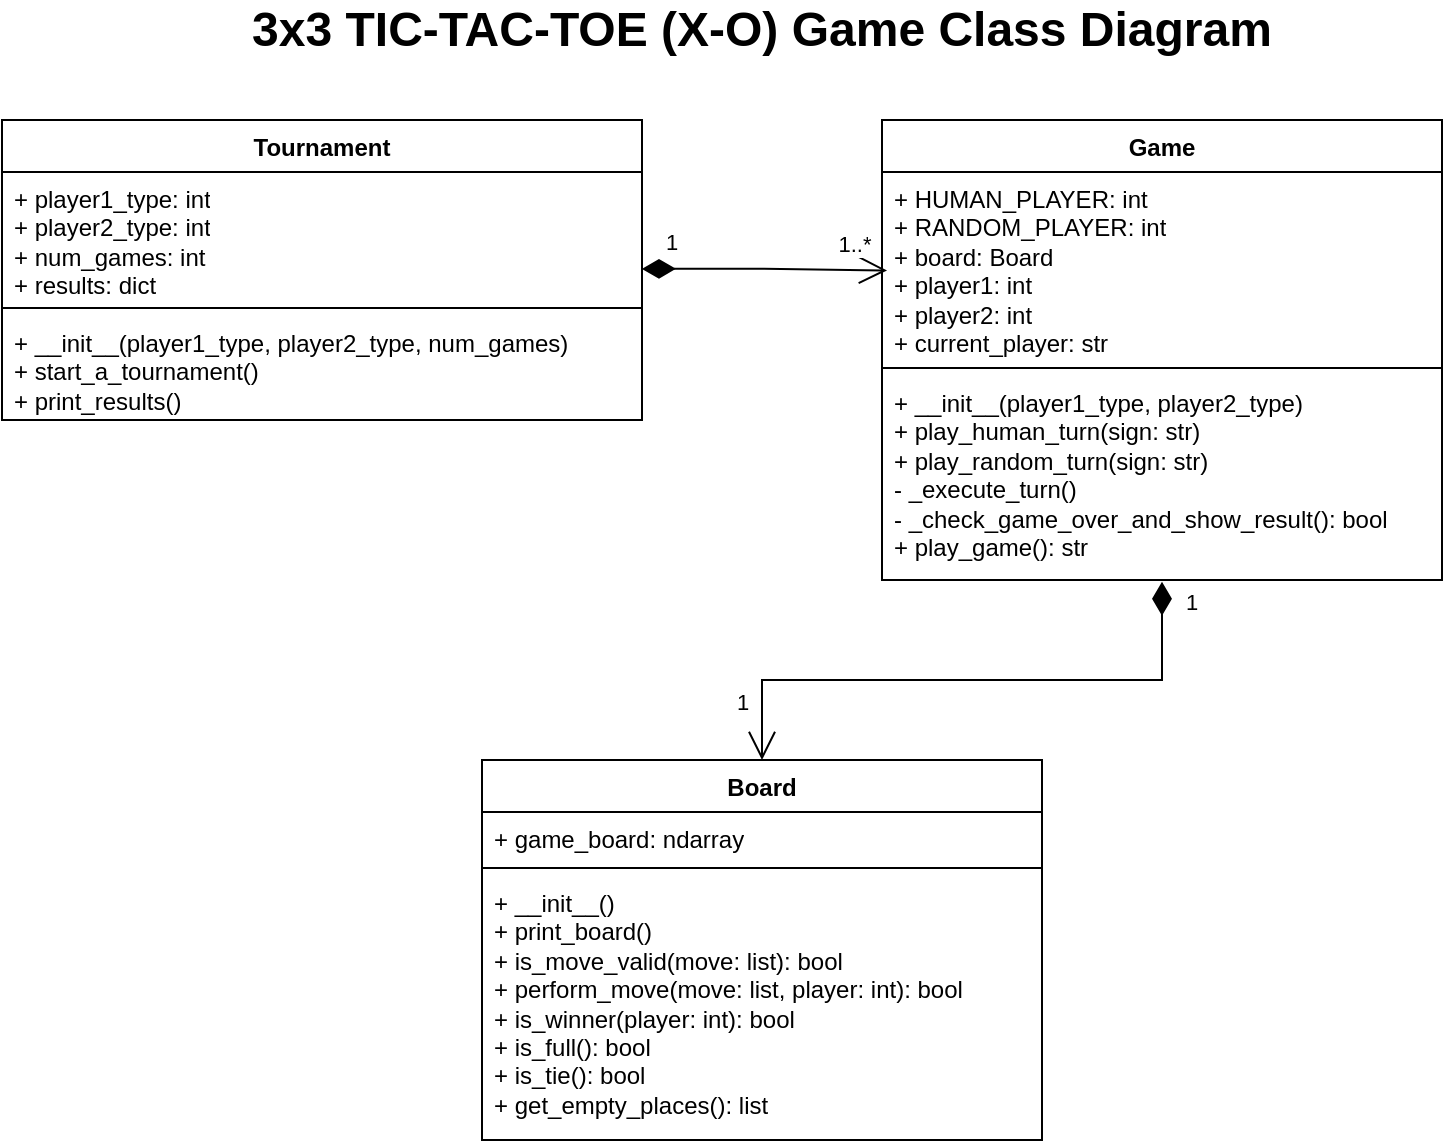
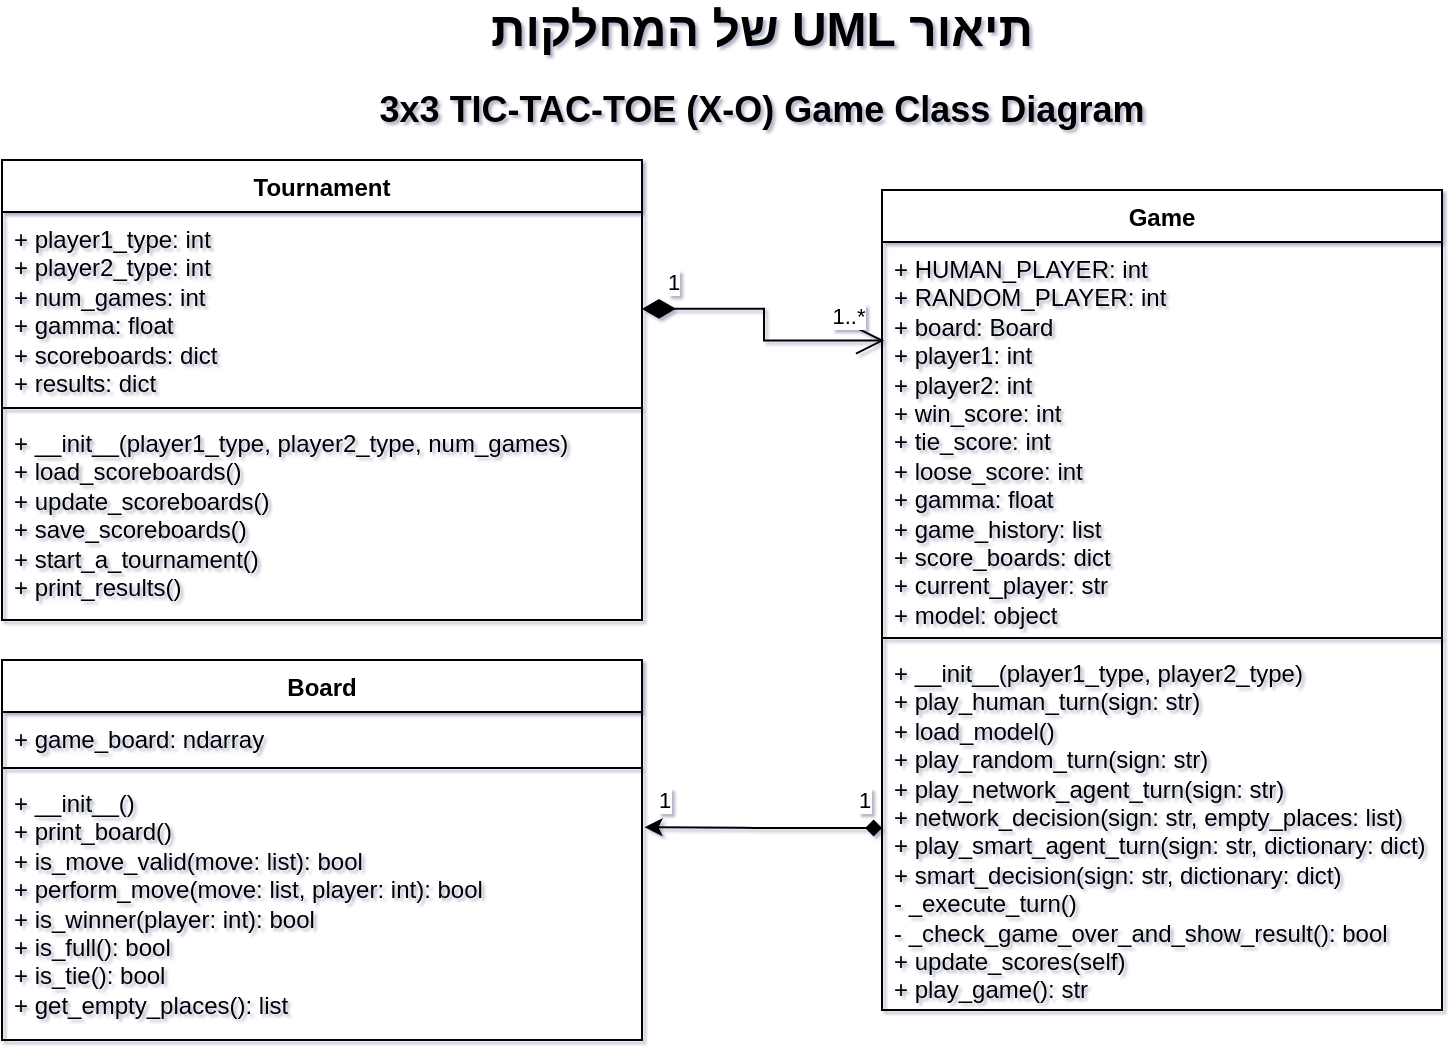
- <mxfile host="Electron" agent="Mozilla/5.0 (Windows NT 10.0; Win64; x64) AppleWebKit/537.36 (KHTML, like Gecko) draw.io/29.6.6 Chrome/144.0.7559.236 Electron/40.8.4 Safari/537.36" version="29.6.6">
+ <mxfile host="Electron" agent="Mozilla/5.0 (Windows NT 10.0; Win64; x64) AppleWebKit/537.36 (KHTML, like Gecko) draw.io/29.6.6 Chrome/144.0.7559.236 Electron/40.8.4 Safari/537.36">
  <diagram id="C5RBs43oDa-KdzZeNtuy" name="Page-1">
-     <mxGraphModel dx="573" dy="407" grid="1" gridSize="10" guides="1" tooltips="1" connect="1" arrows="1" fold="1" page="1" pageScale="1" pageWidth="827" pageHeight="1169" math="0" shadow="0">
+     <mxGraphModel dx="1016" dy="732" grid="1" gridSize="10" guides="1" tooltips="1" connect="1" arrows="1" fold="1" page="1" pageScale="1" pageWidth="827" pageHeight="1169" math="0" shadow="1">
      <root>
        <mxCell id="WIyWlLk6GJQsqaUBKTNV-0" />
        <mxCell id="WIyWlLk6GJQsqaUBKTNV-1" parent="WIyWlLk6GJQsqaUBKTNV-0" />
-         <mxCell id="X2EAsomdlnqSwvWeDLxo-8" parent="WIyWlLk6GJQsqaUBKTNV-1" style="swimlane;fontStyle=1;align=center;verticalAlign=top;childLayout=stackLayout;horizontal=1;startSize=26;horizontalStack=0;resizeParent=1;resizeParentMax=0;resizeLast=0;collapsible=1;marginBottom=0;whiteSpace=wrap;html=1;" value="Tournament" vertex="1">
-           <mxGeometry height="150" width="320" x="40" y="160" as="geometry" />
+         <mxCell id="X2EAsomdlnqSwvWeDLxo-8" parent="WIyWlLk6GJQsqaUBKTNV-1" style="swimlane;fontStyle=1;align=center;verticalAlign=top;childLayout=stackLayout;horizontal=1;startSize=26;horizontalStack=0;resizeParent=1;resizeParentMax=0;resizeLast=0;collapsible=1;marginBottom=0;whiteSpace=wrap;html=1;rounded=0;" value="Tournament" vertex="1">
+           <mxGeometry height="230" width="320" x="40" y="160" as="geometry" />
        </mxCell>
-         <mxCell id="X2EAsomdlnqSwvWeDLxo-9" parent="X2EAsomdlnqSwvWeDLxo-8" style="text;strokeColor=none;fillColor=none;align=left;verticalAlign=top;spacingLeft=4;spacingRight=4;overflow=hidden;rotatable=0;points=[[0,0.5],[1,0.5]];portConstraint=eastwest;whiteSpace=wrap;html=1;" value="&lt;div&gt;+ player1_type: int&lt;/div&gt;&lt;div&gt;+ player2_type: int&lt;/div&gt;&lt;div&gt;+ num_games: int&lt;/div&gt;&lt;div&gt;+ results: dict&lt;/div&gt;&lt;div&gt;&lt;br&gt;&lt;/div&gt;" vertex="1">
-           <mxGeometry height="64" width="320" y="26" as="geometry" />
+         <mxCell id="X2EAsomdlnqSwvWeDLxo-9" parent="X2EAsomdlnqSwvWeDLxo-8" style="text;strokeColor=none;fillColor=none;align=left;verticalAlign=top;spacingLeft=4;spacingRight=4;overflow=hidden;rotatable=0;points=[[0,0.5],[1,0.5]];portConstraint=eastwest;whiteSpace=wrap;html=1;rounded=0;" value="&lt;div&gt;+ player1_type: int&lt;/div&gt;&lt;div&gt;+ player2_type: int&lt;/div&gt;&lt;div&gt;+ num_games: int&lt;/div&gt;&lt;div&gt;&lt;div&gt;+ gamma: float&lt;/div&gt;&lt;div&gt;+ scoreboards: dict&lt;/div&gt;&lt;/div&gt;&lt;div&gt;+ results: dict&lt;/div&gt;&lt;div&gt;&lt;br&gt;&lt;/div&gt;" vertex="1">
+           <mxGeometry height="94" width="320" y="26" as="geometry" />
        </mxCell>
-         <mxCell id="X2EAsomdlnqSwvWeDLxo-10" parent="X2EAsomdlnqSwvWeDLxo-8" style="line;strokeWidth=1;fillColor=none;align=left;verticalAlign=middle;spacingTop=-1;spacingLeft=3;spacingRight=3;rotatable=0;labelPosition=right;points=[];portConstraint=eastwest;strokeColor=inherit;" value="" vertex="1">
-           <mxGeometry height="8" width="320" y="90" as="geometry" />
+         <mxCell id="X2EAsomdlnqSwvWeDLxo-10" parent="X2EAsomdlnqSwvWeDLxo-8" style="line;strokeWidth=1;fillColor=none;align=left;verticalAlign=middle;spacingTop=-1;spacingLeft=3;spacingRight=3;rotatable=0;labelPosition=right;points=[];portConstraint=eastwest;strokeColor=inherit;rounded=0;" value="" vertex="1">
+           <mxGeometry height="8" width="320" y="120" as="geometry" />
        </mxCell>
-         <mxCell id="X2EAsomdlnqSwvWeDLxo-11" parent="X2EAsomdlnqSwvWeDLxo-8" style="text;strokeColor=none;fillColor=none;align=left;verticalAlign=top;spacingLeft=4;spacingRight=4;overflow=hidden;rotatable=0;points=[[0,0.5],[1,0.5]];portConstraint=eastwest;whiteSpace=wrap;html=1;" value="&lt;div&gt;+ __init__(player1_type, player2_type, num_games)&lt;/div&gt;&lt;div&gt;+ start_a_tournament()&lt;/div&gt;&lt;div&gt;+ print_results()&lt;/div&gt;" vertex="1">
-           <mxGeometry height="52" width="320" y="98" as="geometry" />
+         <mxCell id="X2EAsomdlnqSwvWeDLxo-11" parent="X2EAsomdlnqSwvWeDLxo-8" style="text;strokeColor=none;fillColor=none;align=left;verticalAlign=top;spacingLeft=4;spacingRight=4;overflow=hidden;rotatable=0;points=[[0,0.5],[1,0.5]];portConstraint=eastwest;whiteSpace=wrap;html=1;rounded=0;" value="&lt;div&gt;+ __init__(player1_type, player2_type, num_games)&lt;/div&gt;&lt;div&gt;&lt;div&gt;+ load_scoreboards()&lt;/div&gt;&lt;div&gt;+ update_scoreboards()&lt;/div&gt;&lt;div&gt;+ save_scoreboards()&lt;/div&gt;&lt;/div&gt;&lt;div&gt;+ start_a_tournament()&lt;/div&gt;&lt;div&gt;+ print_results()&lt;/div&gt;" vertex="1">
+           <mxGeometry height="102" width="320" y="128" as="geometry" />
        </mxCell>
-         <mxCell id="X2EAsomdlnqSwvWeDLxo-12" parent="WIyWlLk6GJQsqaUBKTNV-1" style="swimlane;fontStyle=1;align=center;verticalAlign=top;childLayout=stackLayout;horizontal=1;startSize=26;horizontalStack=0;resizeParent=1;resizeParentMax=0;resizeLast=0;collapsible=1;marginBottom=0;whiteSpace=wrap;html=1;" value="Game" vertex="1">
-           <mxGeometry height="230" width="280" x="480" y="160" as="geometry" />
+         <mxCell id="X2EAsomdlnqSwvWeDLxo-12" parent="WIyWlLk6GJQsqaUBKTNV-1" style="swimlane;fontStyle=1;align=center;verticalAlign=top;childLayout=stackLayout;horizontal=1;startSize=26;horizontalStack=0;resizeParent=1;resizeParentMax=0;resizeLast=0;collapsible=1;marginBottom=0;whiteSpace=wrap;html=1;rounded=0;" value="Game" vertex="1">
+           <mxGeometry height="410" width="280" x="480" y="175" as="geometry" />
        </mxCell>
-         <mxCell id="X2EAsomdlnqSwvWeDLxo-13" parent="X2EAsomdlnqSwvWeDLxo-12" style="text;strokeColor=none;fillColor=none;align=left;verticalAlign=top;spacingLeft=4;spacingRight=4;overflow=hidden;rotatable=0;points=[[0,0.5],[1,0.5]];portConstraint=eastwest;whiteSpace=wrap;html=1;" value="&lt;div&gt;+ HUMAN_PLAYER: int&lt;/div&gt;&lt;div&gt;+ RANDOM_PLAYER: int&lt;/div&gt;&lt;div&gt;+ board: Board&lt;/div&gt;&lt;div&gt;+ player1: int&lt;/div&gt;&lt;div&gt;+ player2: int&lt;/div&gt;&lt;div&gt;+ current_player: str&lt;/div&gt;" vertex="1">
-           <mxGeometry height="94" width="280" y="26" as="geometry" />
+         <mxCell id="X2EAsomdlnqSwvWeDLxo-13" parent="X2EAsomdlnqSwvWeDLxo-12" style="text;strokeColor=none;fillColor=none;align=left;verticalAlign=top;spacingLeft=4;spacingRight=4;overflow=hidden;rotatable=0;points=[[0,0.5],[1,0.5]];portConstraint=eastwest;whiteSpace=wrap;html=1;rounded=0;" value="&lt;div&gt;+ HUMAN_PLAYER: int&lt;/div&gt;&lt;div&gt;+ RANDOM_PLAYER: int&lt;/div&gt;&lt;div&gt;+ board: Board&lt;/div&gt;&lt;div&gt;+ player1: int&lt;/div&gt;&lt;div&gt;+ player2: int&lt;/div&gt;&lt;div&gt;&lt;div&gt;+ win_score: int&lt;/div&gt;&lt;div&gt;+ tie_score&lt;span style=&quot;background-color: transparent; color: light-dark(rgb(0, 0, 0), rgb(255, 255, 255));&quot;&gt;: int&lt;/span&gt;&lt;/div&gt;&lt;div&gt;+ loose_score&lt;span style=&quot;background-color: transparent; color: light-dark(rgb(0, 0, 0), rgb(255, 255, 255));&quot;&gt;: int&lt;/span&gt;&lt;/div&gt;&lt;div&gt;+ gamma&lt;span style=&quot;background-color: transparent; color: light-dark(rgb(0, 0, 0), rgb(255, 255, 255));&quot;&gt;: float&lt;/span&gt;&lt;/div&gt;&lt;div&gt;+ game_history: list&lt;/div&gt;&lt;div&gt;+ score_boards: dict&lt;/div&gt;&lt;/div&gt;&lt;div&gt;+ current_player: str&lt;/div&gt;&lt;div&gt;+ model: object&lt;/div&gt;" vertex="1">
+           <mxGeometry height="194" width="280" y="26" as="geometry" />
        </mxCell>
-         <mxCell id="X2EAsomdlnqSwvWeDLxo-14" parent="X2EAsomdlnqSwvWeDLxo-12" style="line;strokeWidth=1;fillColor=none;align=left;verticalAlign=middle;spacingTop=-1;spacingLeft=3;spacingRight=3;rotatable=0;labelPosition=right;points=[];portConstraint=eastwest;strokeColor=inherit;" value="" vertex="1">
-           <mxGeometry height="8" width="280" y="120" as="geometry" />
+         <mxCell id="X2EAsomdlnqSwvWeDLxo-14" parent="X2EAsomdlnqSwvWeDLxo-12" style="line;strokeWidth=1;fillColor=none;align=left;verticalAlign=middle;spacingTop=-1;spacingLeft=3;spacingRight=3;rotatable=0;labelPosition=right;points=[];portConstraint=eastwest;strokeColor=inherit;rounded=0;" value="" vertex="1">
+           <mxGeometry height="8" width="280" y="220" as="geometry" />
        </mxCell>
-         <mxCell id="X2EAsomdlnqSwvWeDLxo-15" parent="X2EAsomdlnqSwvWeDLxo-12" style="text;strokeColor=none;fillColor=none;align=left;verticalAlign=top;spacingLeft=4;spacingRight=4;overflow=hidden;rotatable=0;points=[[0,0.5],[1,0.5]];portConstraint=eastwest;whiteSpace=wrap;html=1;" value="&lt;div&gt;+ __init__(player1_type, player2_type)&lt;/div&gt;&lt;div&gt;+ play_human_turn(sign: str)&lt;/div&gt;&lt;div&gt;+ play_random_turn(sign: str)&lt;/div&gt;&lt;div&gt;- _execute_turn()&lt;/div&gt;&lt;div&gt;- _check_game_over_and_show_result(): bool&lt;/div&gt;&lt;div&gt;+ play_game(): str&lt;/div&gt;" vertex="1">
-           <mxGeometry height="102" width="280" y="128" as="geometry" />
+         <mxCell id="X2EAsomdlnqSwvWeDLxo-15" parent="X2EAsomdlnqSwvWeDLxo-12" style="text;strokeColor=none;fillColor=none;align=left;verticalAlign=top;spacingLeft=4;spacingRight=4;overflow=hidden;rotatable=0;points=[[0,0.5],[1,0.5]];portConstraint=eastwest;whiteSpace=wrap;html=1;rounded=0;" value="&lt;div&gt;+ __init__(player1_type, player2_type)&lt;/div&gt;&lt;div&gt;+ play_human_turn(sign: str)&lt;/div&gt;&lt;div&gt;+&amp;nbsp;load_model()&lt;/div&gt;&lt;div&gt;+ play_random_turn(sign: str)&lt;/div&gt;&lt;div&gt;+&amp;nbsp;play_network_agent_turn(sign: str&lt;span style=&quot;background-color: transparent; color: light-dark(rgb(0, 0, 0), rgb(255, 255, 255));&quot;&gt;)&lt;/span&gt;&lt;/div&gt;&lt;div&gt;&lt;span style=&quot;background-color: transparent; color: light-dark(rgb(0, 0, 0), rgb(255, 255, 255));&quot;&gt;+&amp;nbsp;&lt;/span&gt;&lt;span style=&quot;background-color: transparent;&quot;&gt;network_decision(sign: str, empty_places: list)&lt;/span&gt;&lt;/div&gt;&lt;div&gt;&lt;span style=&quot;background-color: transparent;&quot;&gt;+&amp;nbsp;&lt;/span&gt;&lt;span style=&quot;background-color: transparent;&quot;&gt;play_smart_agent_turn(sign: str, dictionary: dict)&lt;/span&gt;&lt;/div&gt;&lt;div&gt;+ smart_decision(sign: str, dictionary: dict)&lt;/div&gt;&lt;div&gt;- _execute_turn()&lt;/div&gt;&lt;div&gt;- _check_game_over_and_show_result(): bool&lt;/div&gt;&lt;div&gt;+ update_scores(self)&lt;/div&gt;&lt;div&gt;+ play_game(): str&lt;/div&gt;" vertex="1">
+           <mxGeometry height="182" width="280" y="228" as="geometry" />
        </mxCell>
-         <mxCell id="X2EAsomdlnqSwvWeDLxo-16" parent="WIyWlLk6GJQsqaUBKTNV-1" style="swimlane;fontStyle=1;align=center;verticalAlign=top;childLayout=stackLayout;horizontal=1;startSize=26;horizontalStack=0;resizeParent=1;resizeParentMax=0;resizeLast=0;collapsible=1;marginBottom=0;whiteSpace=wrap;html=1;" value="Board" vertex="1">
-           <mxGeometry height="190" width="280" x="280" y="480" as="geometry" />
+         <mxCell id="X2EAsomdlnqSwvWeDLxo-16" parent="WIyWlLk6GJQsqaUBKTNV-1" style="swimlane;fontStyle=1;align=center;verticalAlign=top;childLayout=stackLayout;horizontal=1;startSize=26;horizontalStack=0;resizeParent=1;resizeParentMax=0;resizeLast=0;collapsible=1;marginBottom=0;whiteSpace=wrap;html=1;rounded=0;" value="Board" vertex="1">
+           <mxGeometry height="190" width="320" x="40" y="410" as="geometry" />
        </mxCell>
-         <mxCell id="X2EAsomdlnqSwvWeDLxo-17" parent="X2EAsomdlnqSwvWeDLxo-16" style="text;strokeColor=none;fillColor=none;align=left;verticalAlign=top;spacingLeft=4;spacingRight=4;overflow=hidden;rotatable=0;points=[[0,0.5],[1,0.5]];portConstraint=eastwest;whiteSpace=wrap;html=1;" value="+ game_board: ndarray" vertex="1">
-           <mxGeometry height="24" width="280" y="26" as="geometry" />
+         <mxCell id="X2EAsomdlnqSwvWeDLxo-17" parent="X2EAsomdlnqSwvWeDLxo-16" style="text;strokeColor=none;fillColor=none;align=left;verticalAlign=top;spacingLeft=4;spacingRight=4;overflow=hidden;rotatable=0;points=[[0,0.5],[1,0.5]];portConstraint=eastwest;whiteSpace=wrap;html=1;rounded=0;" value="+ game_board: ndarray" vertex="1">
+           <mxGeometry height="24" width="320" y="26" as="geometry" />
        </mxCell>
-         <mxCell id="X2EAsomdlnqSwvWeDLxo-18" parent="X2EAsomdlnqSwvWeDLxo-16" style="line;strokeWidth=1;fillColor=none;align=left;verticalAlign=middle;spacingTop=-1;spacingLeft=3;spacingRight=3;rotatable=0;labelPosition=right;points=[];portConstraint=eastwest;strokeColor=inherit;" value="" vertex="1">
-           <mxGeometry height="8" width="280" y="50" as="geometry" />
+         <mxCell id="X2EAsomdlnqSwvWeDLxo-18" parent="X2EAsomdlnqSwvWeDLxo-16" style="line;strokeWidth=1;fillColor=none;align=left;verticalAlign=middle;spacingTop=-1;spacingLeft=3;spacingRight=3;rotatable=0;labelPosition=right;points=[];portConstraint=eastwest;strokeColor=inherit;rounded=0;" value="" vertex="1">
+           <mxGeometry height="8" width="320" y="50" as="geometry" />
        </mxCell>
-         <mxCell id="X2EAsomdlnqSwvWeDLxo-19" parent="X2EAsomdlnqSwvWeDLxo-16" style="text;strokeColor=none;fillColor=none;align=left;verticalAlign=top;spacingLeft=4;spacingRight=4;overflow=hidden;rotatable=0;points=[[0,0.5],[1,0.5]];portConstraint=eastwest;whiteSpace=wrap;html=1;" value="&lt;div&gt;+ __init__()&lt;/div&gt;&lt;div&gt;+ print_board()&lt;/div&gt;&lt;div&gt;+ is_move_valid(move: list): bool&lt;/div&gt;&lt;div&gt;+ perform_move(move: list, player: int): bool&lt;/div&gt;&lt;div&gt;+ is_winner(player: int): bool&lt;/div&gt;&lt;div&gt;+ is_full(): bool&lt;/div&gt;&lt;div&gt;+ is_tie(): bool&lt;/div&gt;&lt;div&gt;+ get_empty_places(): list&lt;/div&gt;" vertex="1">
-           <mxGeometry height="132" width="280" y="58" as="geometry" />
+         <mxCell id="X2EAsomdlnqSwvWeDLxo-19" parent="X2EAsomdlnqSwvWeDLxo-16" style="text;strokeColor=none;fillColor=none;align=left;verticalAlign=top;spacingLeft=4;spacingRight=4;overflow=hidden;rotatable=0;points=[[0,0.5],[1,0.5]];portConstraint=eastwest;whiteSpace=wrap;html=1;rounded=0;" value="&lt;div&gt;+ __init__()&lt;/div&gt;&lt;div&gt;+ print_board()&lt;/div&gt;&lt;div&gt;+ is_move_valid(move: list): bool&lt;/div&gt;&lt;div&gt;+ perform_move(move: list, player: int): bool&lt;/div&gt;&lt;div&gt;+ is_winner(player: int): bool&lt;/div&gt;&lt;div&gt;+ is_full(): bool&lt;/div&gt;&lt;div&gt;+ is_tie(): bool&lt;/div&gt;&lt;div&gt;+ get_empty_places(): list&lt;/div&gt;" vertex="1">
+           <mxGeometry height="132" width="320" y="58" as="geometry" />
        </mxCell>
-         <mxCell id="X2EAsomdlnqSwvWeDLxo-23" edge="1" parent="WIyWlLk6GJQsqaUBKTNV-1" style="endArrow=open;html=1;endSize=12;startArrow=diamondThin;startSize=14;startFill=1;edgeStyle=orthogonalEdgeStyle;align=left;verticalAlign=bottom;rounded=0;entryX=0.009;entryY=0.524;entryDx=0;entryDy=0;entryPerimeter=0;" target="X2EAsomdlnqSwvWeDLxo-13" value="1">
+         <mxCell id="X2EAsomdlnqSwvWeDLxo-23" edge="1" parent="WIyWlLk6GJQsqaUBKTNV-1" style="endArrow=open;html=1;endSize=12;startArrow=diamondThin;startSize=14;startFill=1;edgeStyle=orthogonalEdgeStyle;align=left;verticalAlign=bottom;rounded=0;entryX=0.004;entryY=0.254;entryDx=0;entryDy=0;entryPerimeter=0;" target="X2EAsomdlnqSwvWeDLxo-13" value="1">
          <mxGeometry relative="1" x="-0.8367" y="4" as="geometry">
            <mxPoint as="offset" />
            <Array as="points">
              <mxPoint x="421" y="234" />
            </Array>
            <mxPoint x="360" y="234.44" as="sourcePoint" />
            <mxPoint x="450" y="240" as="targetPoint" />
          </mxGeometry>
        </mxCell>
-         <mxCell id="X2EAsomdlnqSwvWeDLxo-24" connectable="0" parent="X2EAsomdlnqSwvWeDLxo-23" style="edgeLabel;html=1;align=center;verticalAlign=middle;resizable=0;points=[];" value="1..*" vertex="1">
+         <mxCell id="X2EAsomdlnqSwvWeDLxo-24" connectable="0" parent="X2EAsomdlnqSwvWeDLxo-23" style="edgeLabel;html=1;align=center;verticalAlign=middle;resizable=0;points=[];rounded=0;" value="1..*" vertex="1">
          <mxGeometry relative="1" x="0.7316" as="geometry">
            <mxPoint y="-13" as="offset" />
          </mxGeometry>
        </mxCell>
-         <mxCell id="X2EAsomdlnqSwvWeDLxo-25" edge="1" parent="WIyWlLk6GJQsqaUBKTNV-1" source="X2EAsomdlnqSwvWeDLxo-15" style="endArrow=open;html=1;endSize=12;startArrow=diamondThin;startSize=14;startFill=1;edgeStyle=orthogonalEdgeStyle;align=left;verticalAlign=bottom;rounded=0;entryX=0.5;entryY=0;entryDx=0;entryDy=0;exitX=0.5;exitY=1.009;exitDx=0;exitDy=0;exitPerimeter=0;" target="X2EAsomdlnqSwvWeDLxo-16" value="1">
-           <mxGeometry relative="1" x="-0.868" y="10" as="geometry">
-             <mxPoint as="offset" />
-             <Array as="points">
-               <mxPoint x="620" y="440" />
-               <mxPoint x="420" y="440" />
-             </Array>
-             <mxPoint x="460" y="410" as="sourcePoint" />
-             <mxPoint x="620" y="410" as="targetPoint" />
+         <mxCell id="X2EAsomdlnqSwvWeDLxo-28" parent="WIyWlLk6GJQsqaUBKTNV-1" style="text;html=1;whiteSpace=wrap;strokeColor=none;fillColor=none;align=center;verticalAlign=middle;rounded=0;fontStyle=1;" value="&lt;font style=&quot;font-size: 18px;&quot;&gt;3x3 TIC-TAC-TOE (X-O) Game Class Diagram&lt;/font&gt;" vertex="1">
+           <mxGeometry height="30" width="560" x="140" y="120" as="geometry" />
+         </mxCell>
+         <mxCell id="DNgaMyzQmj-usOr3CFDA-0" parent="WIyWlLk6GJQsqaUBKTNV-1" style="text;html=1;whiteSpace=wrap;strokeColor=none;fillColor=none;align=center;verticalAlign=middle;rounded=0;fontStyle=1;" value="&lt;div style=&quot;direction: rtl;&quot;&gt;&lt;span style=&quot;background-color: transparent; color: light-dark(rgb(0, 0, 0), rgb(255, 255, 255));&quot;&gt;&lt;font style=&quot;font-size: 24px;&quot;&gt;תיאור UML של המחלקות&lt;/font&gt;&lt;/span&gt;&lt;/div&gt;" vertex="1">
+           <mxGeometry height="30" width="560" x="140" y="80" as="geometry" />
+         </mxCell>
+         <mxCell id="DNgaMyzQmj-usOr3CFDA-3" edge="1" parent="WIyWlLk6GJQsqaUBKTNV-1" source="X2EAsomdlnqSwvWeDLxo-15" style="edgeStyle=orthogonalEdgeStyle;orthogonalLoop=1;jettySize=auto;html=1;exitX=0;exitY=0.5;exitDx=0;exitDy=0;entryX=1.004;entryY=0.194;entryDx=0;entryDy=0;entryPerimeter=0;startArrow=diamond;startFill=1;" target="X2EAsomdlnqSwvWeDLxo-19">
+           <mxGeometry relative="1" as="geometry" />
+         </mxCell>
+         <mxCell id="DNgaMyzQmj-usOr3CFDA-4" connectable="0" parent="DNgaMyzQmj-usOr3CFDA-3" style="edgeLabel;html=1;align=center;verticalAlign=middle;resizable=0;points=[];" value="1" vertex="1">
+           <mxGeometry relative="1" x="-0.3761" as="geometry">
+             <mxPoint x="28" y="-14" as="offset" />
          </mxGeometry>
        </mxCell>
-         <mxCell id="X2EAsomdlnqSwvWeDLxo-26" connectable="0" parent="X2EAsomdlnqSwvWeDLxo-25" style="edgeLabel;html=1;align=center;verticalAlign=middle;resizable=0;points=[];" value="1" vertex="1">
-           <mxGeometry relative="1" x="0.8514" as="geometry">
-             <mxPoint x="-10" y="-8" as="offset" />
+         <mxCell id="DNgaMyzQmj-usOr3CFDA-5" connectable="0" parent="DNgaMyzQmj-usOr3CFDA-3" style="edgeLabel;html=1;align=center;verticalAlign=middle;resizable=0;points=[];" value="1" vertex="1">
+           <mxGeometry relative="1" x="0.6661" y="-1" as="geometry">
+             <mxPoint x="-11" y="-13" as="offset" />
          </mxGeometry>
-         </mxCell>
-         <mxCell id="X2EAsomdlnqSwvWeDLxo-28" parent="WIyWlLk6GJQsqaUBKTNV-1" style="text;html=1;whiteSpace=wrap;strokeColor=none;fillColor=none;align=center;verticalAlign=middle;rounded=0;fontStyle=1" value="&lt;font style=&quot;font-size: 24px;&quot;&gt;3x3 TIC-TAC-TOE (X-O) Game Class Diagram&lt;/font&gt;" vertex="1">
-           <mxGeometry height="30" width="560" x="140" y="100" as="geometry" />
        </mxCell>
      </root>
    </mxGraphModel>
  </diagram>
</mxfile>
